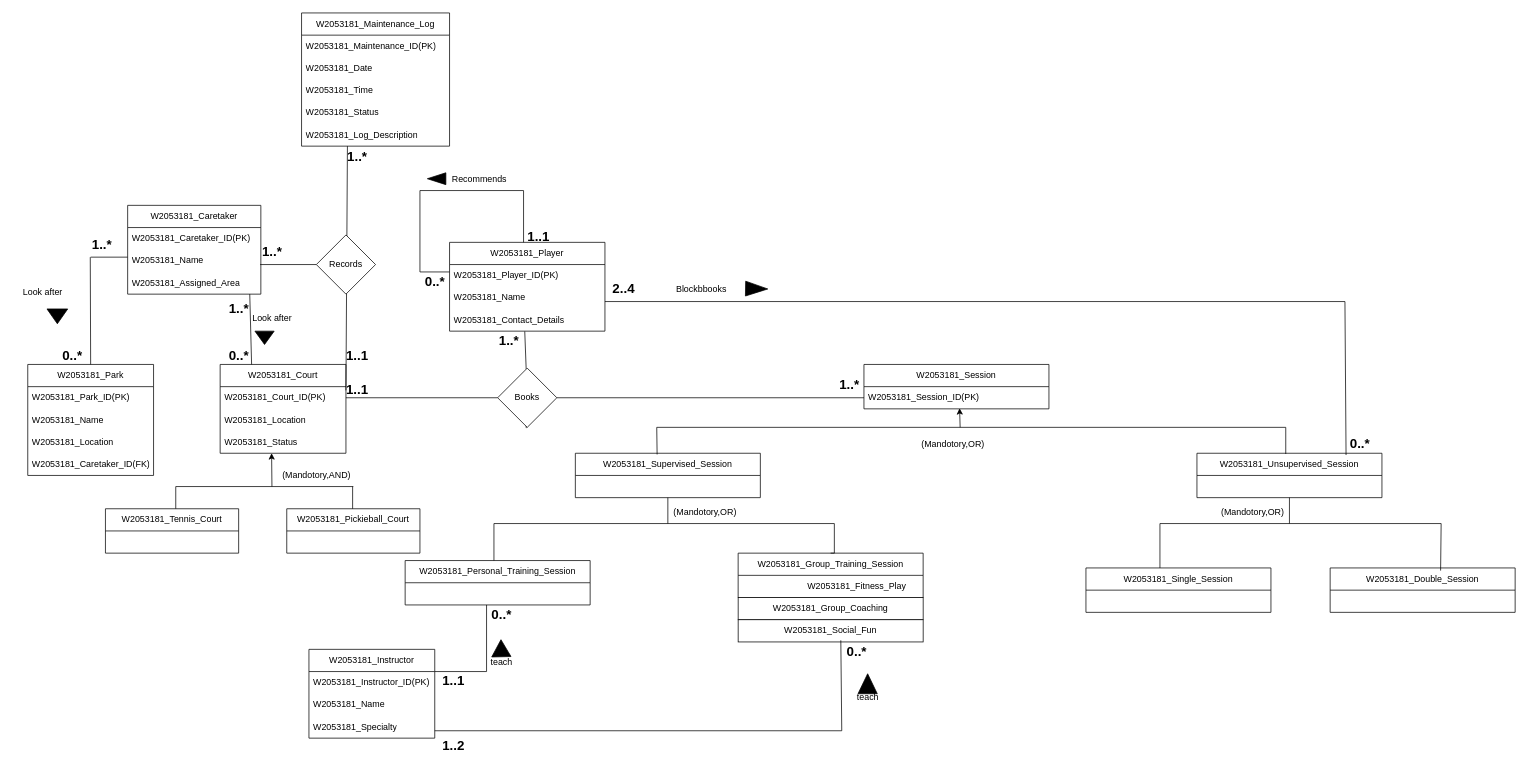
Earlier version of the draw.io diagram Untitled Diagram.drawio (ShenalSen/24_5COSC020_CWK). Source tidied: cells renumbered, new cells numbered last; positions are measured from the earlier drawing's top-left corner, leaving out a move shared by most shapes. Both pictures are drawn from the tidied source at 74%, with x=0, y=0 at pixel (13, 13).
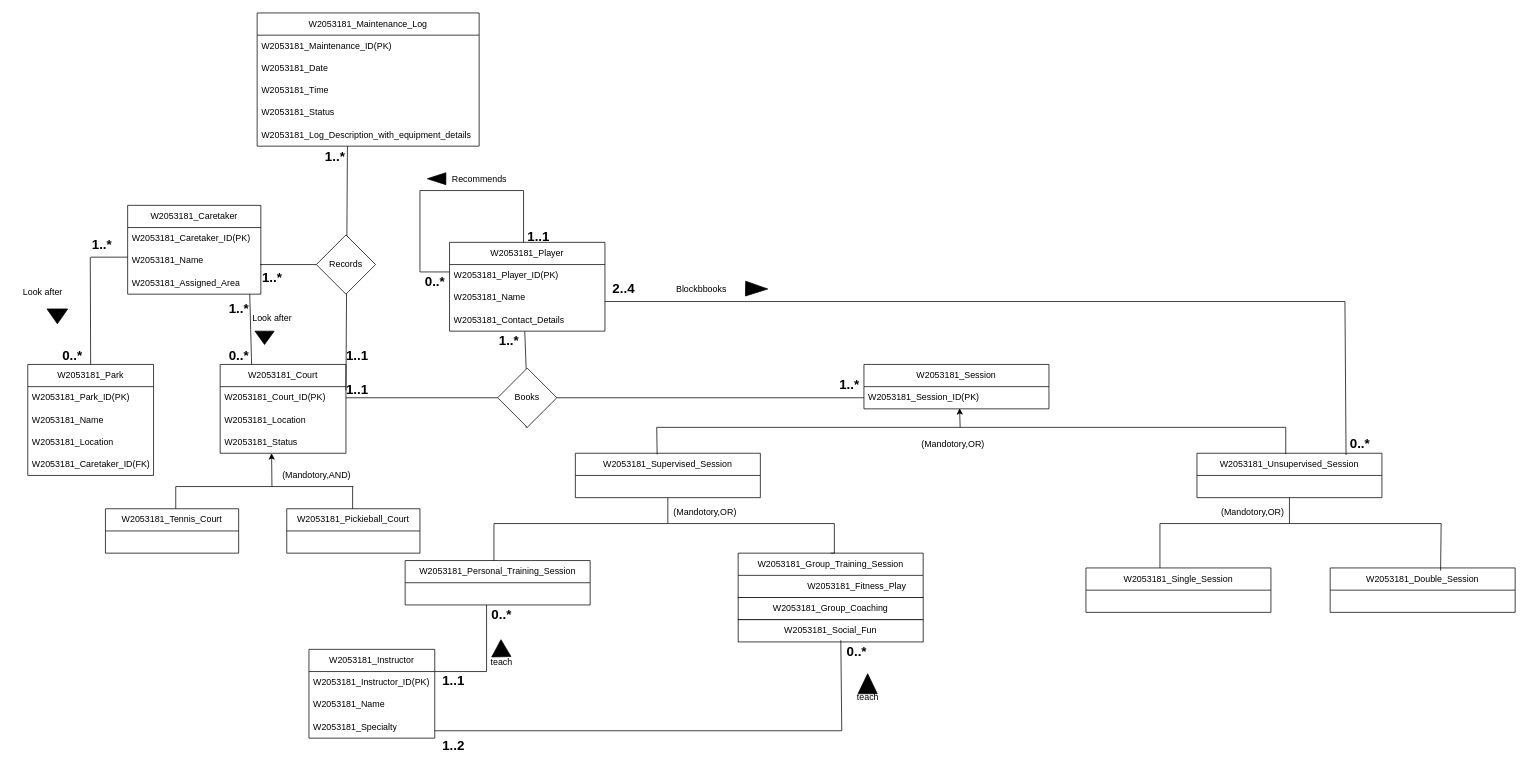
The same diagram, later.

The edit, as a diff of the source:
```diff
@@
     <mxCell id="18" value="W2053181_Maintenance_Log" style="swimlane;fontStyle=0;horizontal=1;startSize=30;whiteSpace=wrap;html=1;" parent="1" vertex="1">
-      <mxGeometry x="390" width="200" height="180" as="geometry" />
+      <mxGeometry x="330" width="300" height="180" as="geometry" />
     </mxCell>
     <mxCell id="19" value="W2053181_Maintenance_ID(PK)" style="text;strokeColor=none;fillColor=none;align=left;verticalAlign=middle;spacingLeft=4;spacingRight=4;overflow=hidden;whiteSpace=wrap;html=1;" parent="18" vertex="1">
-      <mxGeometry y="30" width="200" height="30" as="geometry" />
+      <mxGeometry y="30" width="300" height="30" as="geometry" />
     </mxCell>
     <mxCell id="20" value="W2053181_Date" style="text;strokeColor=none;fillColor=none;align=left;verticalAlign=middle;spacingLeft=4;spacingRight=4;overflow=hidden;whiteSpace=wrap;html=1;" parent="18" vertex="1">
-      <mxGeometry y="60" width="200" height="30" as="geometry" />
+      <mxGeometry y="60" width="300" height="30" as="geometry" />
     </mxCell>
     <mxCell id="21" value="W2053181_Time" style="text;strokeColor=none;fillColor=none;align=left;verticalAlign=middle;spacingLeft=4;spacingRight=4;overflow=hidden;whiteSpace=wrap;html=1;" parent="18" vertex="1">
-      <mxGeometry y="90" width="200" height="30" as="geometry" />
+      <mxGeometry y="90" width="300" height="30" as="geometry" />
     </mxCell>
     <mxCell id="22" value="W2053181_Status" style="text;strokeColor=none;fillColor=none;align=left;verticalAlign=middle;spacingLeft=4;spacingRight=4;overflow=hidden;whiteSpace=wrap;html=1;" parent="18" vertex="1">
-      <mxGeometry y="120" width="200" height="30" as="geometry" />
+      <mxGeometry y="120" width="300" height="30" as="geometry" />
     </mxCell>
-    <mxCell id="23" value="W2053181_Log_Description" style="text;strokeColor=none;fillColor=none;align=left;verticalAlign=middle;spacingLeft=4;spacingRight=4;overflow=hidden;whiteSpace=wrap;html=1;" parent="18" vertex="1">
-      <mxGeometry y="150" width="200" height="30" as="geometry" />
+    <mxCell id="23" value="W2053181_Log_Description_with_equipment_details" style="text;strokeColor=none;fillColor=none;align=left;verticalAlign=middle;spacingLeft=4;spacingRight=4;overflow=hidden;whiteSpace=wrap;html=1;" parent="18" vertex="1">
+      <mxGeometry y="150" width="300" height="30" as="geometry" />
     </mxCell>
@@
     <mxCell id="80" value="&lt;h2&gt;1..*&lt;/h2&gt;" style="text;html=1;align=center;verticalAlign=middle;strokeColor=none;fillColor=none;" parent="1" vertex="1">
-      <mxGeometry x="440" y="165" width="50" height="60" as="geometry" />
+      <mxGeometry x="410" y="165" width="50" height="60" as="geometry" />
     </mxCell>
     <mxCell id="81" value="&lt;h2&gt;1..*&lt;/h2&gt;" style="text;html=1;align=center;verticalAlign=middle;strokeColor=none;fillColor=none;" parent="1" vertex="1">
-      <mxGeometry x="325" y="293" width="50" height="60" as="geometry" />
+      <mxGeometry x="325" y="328" width="50" height="60" as="geometry" />
     </mxCell>
```
